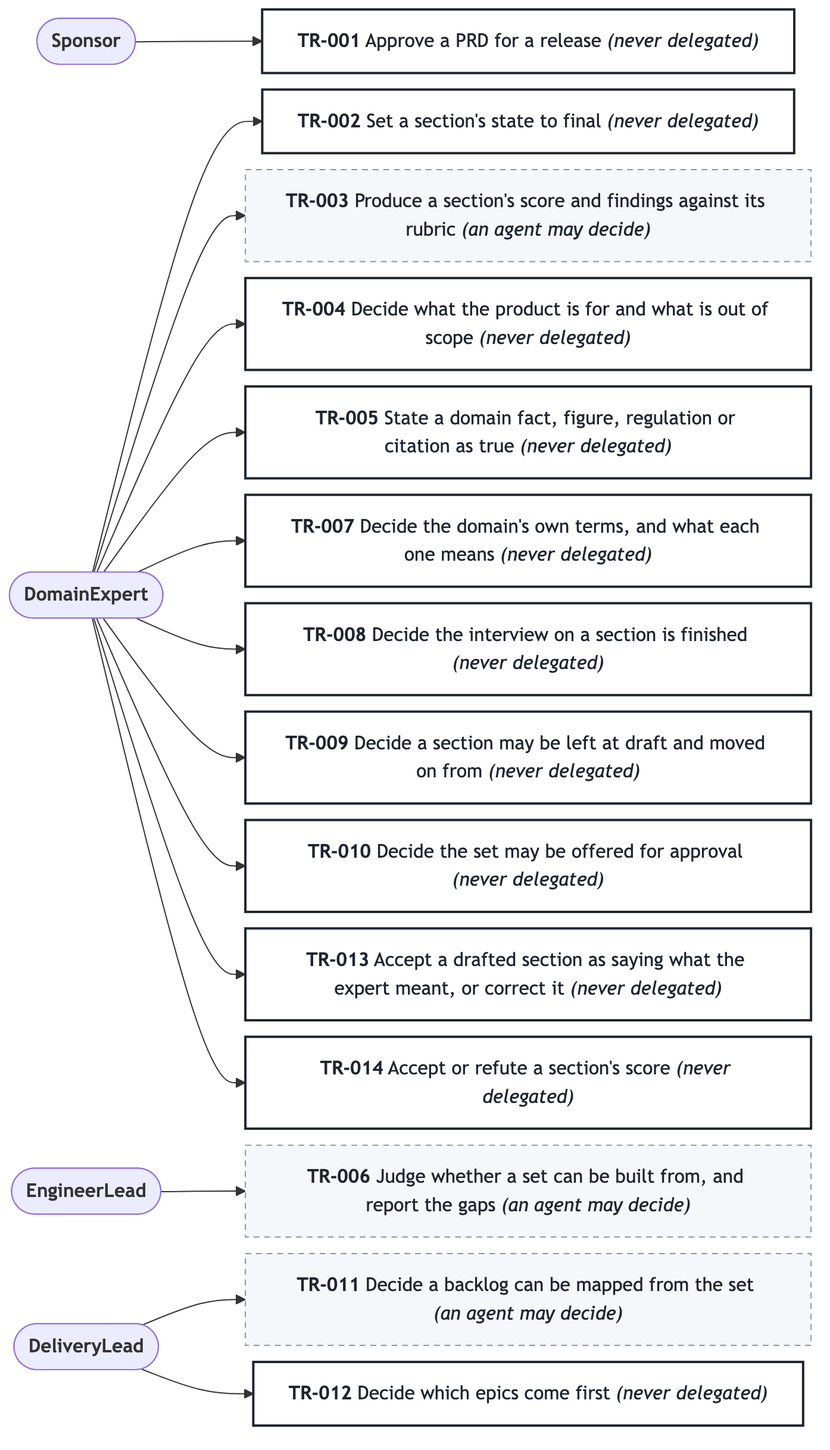
This is docs/prd/prd-forge/diagrams/decision-rights.png from SpillwaveSolutions/prd-forge, a Mermaid export, as it was before one commit. Its source is kept beside it as docs/prd/prd-forge/diagrams/decision-rights.mmd.
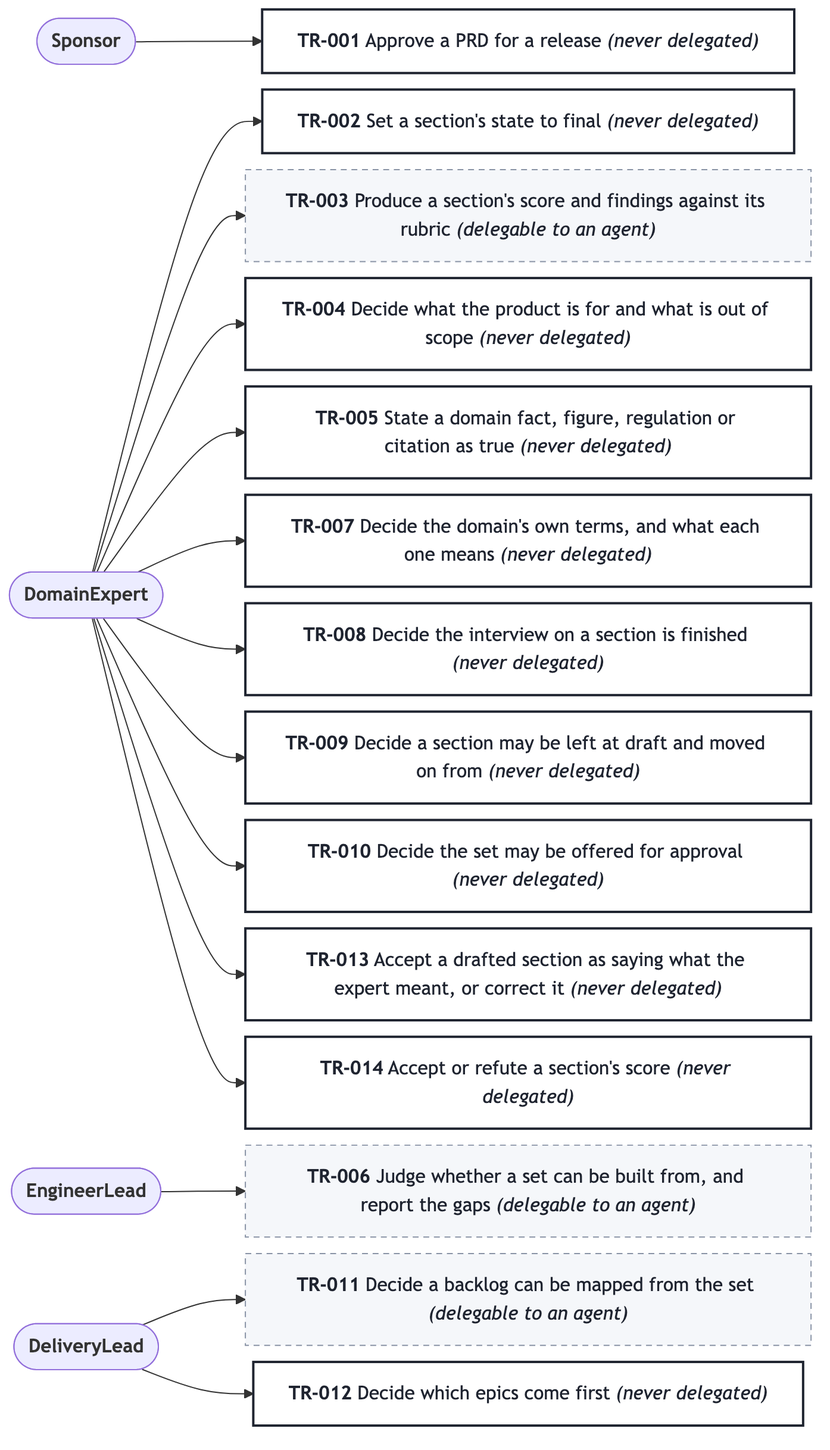
After the change.

Diff of the diagram source:
```diff
@@ -8,13 +8,13 @@
   APER003 --> DTR001
   DTR002["<b>TR-002</b> Set a section's state to final <i>(never delegated)</i>"]
   APER001 --> DTR002
-  DTR003["<b>TR-003</b> Produce a section's score and findings against its rubric <i>(an agent may decide)</i>"]
+  DTR003["<b>TR-003</b> Produce a section's score and findings against its rubric <i>(delegable to an agent)</i>"]
   APER001 --> DTR003
   DTR004["<b>TR-004</b> Decide what the product is for and what is out of scope <i>(never delegated)</i>"]
   APER001 --> DTR004
   DTR005["<b>TR-005</b> State a domain fact, figure, regulation or citation as true <i>(never delegated)</i>"]
   APER001 --> DTR005
-  DTR006["<b>TR-006</b> Judge whether a set can be built from, and report the gaps <i>(an agent may decide)</i>"]
+  DTR006["<b>TR-006</b> Judge whether a set can be built from, and report the gaps <i>(delegable to an agent)</i>"]
   APER002 --> DTR006
   DTR007["<b>TR-007</b> Decide the domain's own terms, and what each one means <i>(never delegated)</i>"]
   APER001 --> DTR007
@@ -24,7 +24,7 @@
   APER001 --> DTR009
   DTR010["<b>TR-010</b> Decide the set may be offered for approval <i>(never delegated)</i>"]
   APER001 --> DTR010
-  DTR011["<b>TR-011</b> Decide a backlog can be mapped from the set <i>(an agent may decide)</i>"]
+  DTR011["<b>TR-011</b> Decide a backlog can be mapped from the set <i>(delegable to an agent)</i>"]
   APER004 --> DTR011
   DTR012["<b>TR-012</b> Decide which epics come first <i>(never delegated)</i>"]
   APER004 --> DTR012
```
